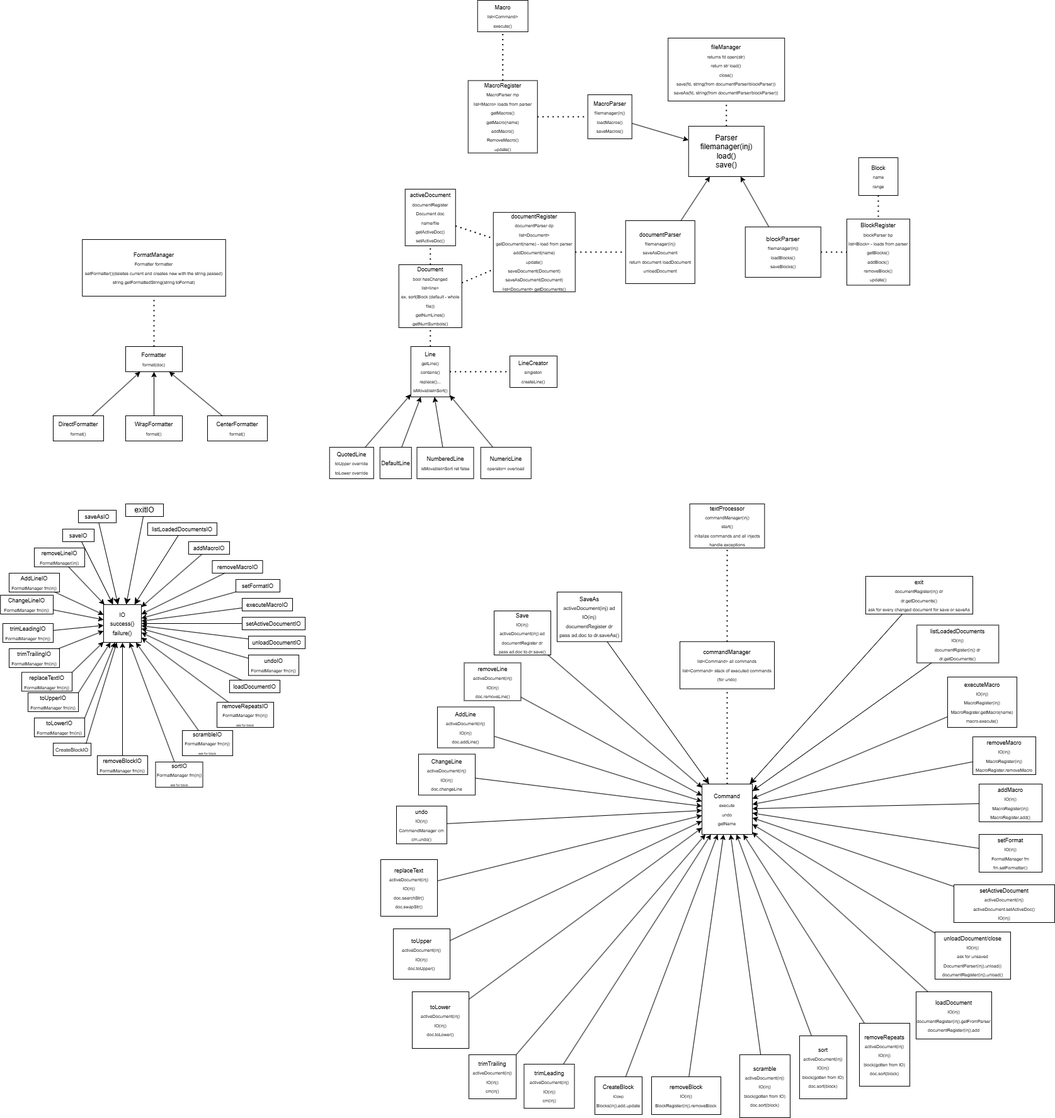
Earlier version of the draw.io export Documentation/classDiagram1.drawio.png (MartinKonov/textProcessor). Source tidied: cells renumbered, new cells last; positions are measured from the earlier drawing's top-left corner, leaving out a move shared by most shapes.
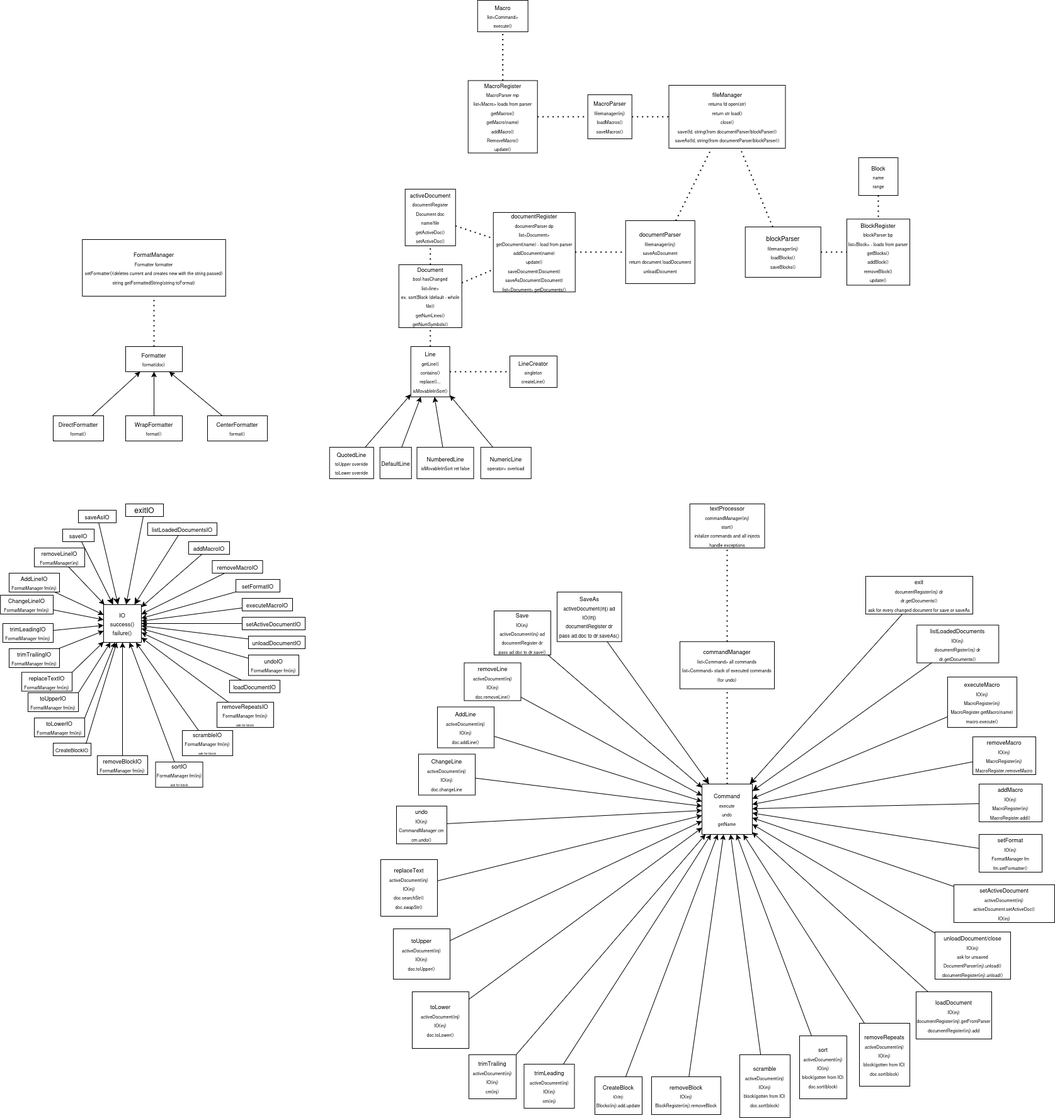
The same diagram one commit later.

What changed in the source:
```diff
@@ -159,7 +159,7 @@
       <mxGeometry relative="1" as="geometry" />
     </mxCell>
     <mxCell id="54" value="&lt;font style=&quot;font-size: 9px;&quot;&gt;fileManager&lt;/font&gt;&lt;div&gt;&lt;div&gt;&lt;font style=&quot;font-size: 7px;&quot;&gt;returns fd open(str)&lt;/font&gt;&lt;/div&gt;&lt;div&gt;&lt;font style=&quot;font-size: 7px;&quot;&gt;return str load()&lt;/font&gt;&lt;/div&gt;&lt;div&gt;&lt;font style=&quot;font-size: 7px;&quot;&gt;close()&lt;/font&gt;&lt;/div&gt;&lt;div&gt;&lt;font style=&quot;font-size: 7px;&quot;&gt;save(fd, string(from documentParser/blockParser))&lt;/font&gt;&lt;/div&gt;&lt;div&gt;&lt;font style=&quot;font-size: 7px;&quot;&gt;saveAs(fd,&amp;nbsp;&lt;span style=&quot;background-color: transparent; color: light-dark(rgb(0, 0, 0), rgb(255, 255, 255));&quot;&gt;string(from documentParser/blockParser)&lt;/span&gt;&lt;span style=&quot;background-color: transparent; color: light-dark(rgb(0, 0, 0), rgb(255, 255, 255));&quot;&gt;)&lt;/span&gt;&lt;/font&gt;&lt;/div&gt;&lt;/div&gt;" style="rounded=0;whiteSpace=wrap;html=1;" parent="1" vertex="1">
-      <mxGeometry x="1060.2" y="60" width="185" height="100" as="geometry" />
+      <mxGeometry x="1061.5" y="135" width="185" height="100" as="geometry" />
     </mxCell>
     <mxCell id="55" value="&lt;font style=&quot;font-size: 9px;&quot;&gt;documentParser&lt;/font&gt;&lt;div&gt;&lt;font style=&quot;font-size: 7px;&quot;&gt;filemanager(inj)&lt;/font&gt;&lt;/div&gt;&lt;div&gt;&lt;font style=&quot;font-size: 7px;&quot;&gt;saveAsDocument&lt;/font&gt;&lt;/div&gt;&lt;div&gt;&lt;font style=&quot;font-size: 7px;&quot;&gt;return document loadDocument&lt;/font&gt;&lt;/div&gt;&lt;div&gt;&lt;font style=&quot;font-size: 7px;&quot;&gt;unloadDocument&lt;/font&gt;&lt;/div&gt;" style="rounded=0;whiteSpace=wrap;html=1;" parent="1" vertex="1">
       <mxGeometry x="992.8" y="350" width="110" height="100" as="geometry" />
@@ -173,21 +173,9 @@
     <mxCell id="58" style="endArrow=classic;html=1;rounded=0;" parent="1" edge="1" source="48" target="2">
       <mxGeometry relative="1" as="geometry" />
     </mxCell>
-    <mxCell id="59" value="Parser&lt;div&gt;filemanager(inj)&lt;br&gt;&lt;div&gt;load()&lt;/div&gt;&lt;div&gt;save()&lt;/div&gt;&lt;/div&gt;" style="rounded=0;whiteSpace=wrap;html=1;" parent="1" vertex="1">
-      <mxGeometry x="1092.8" y="200" width="120" height="80" as="geometry" />
-    </mxCell>
-    <mxCell id="60" style="endArrow=classic;html=1;rounded=0;" parent="1" edge="1" source="55" target="59">
-      <mxGeometry relative="1" as="geometry" />
-    </mxCell>
-    <mxCell id="61" style="endArrow=classic;html=1;rounded=0;" parent="1" edge="1" source="30" target="59">
-      <mxGeometry relative="1" as="geometry" />
-    </mxCell>
     <mxCell id="62" style="endArrow=none;dashed=1;html=1;dashPattern=1 3;strokeWidth=2;rounded=0;" parent="1" edge="1" source="47" target="55">
       <mxGeometry relative="1" as="geometry" />
     </mxCell>
-    <mxCell id="63" style="endArrow=none;dashed=1;html=1;dashPattern=1 3;strokeWidth=2;rounded=0;" parent="1" edge="1" source="59" target="54">
-      <mxGeometry relative="1" as="geometry" />
-    </mxCell>
     <mxCell id="64" value="&lt;font style=&quot;font-size: 9px;&quot;&gt;Line&lt;/font&gt;&lt;div&gt;&lt;font style=&quot;font-size: 7px;&quot;&gt;getLine()&lt;/font&gt;&lt;/div&gt;&lt;div&gt;&lt;font style=&quot;font-size: 7px;&quot;&gt;contains()&lt;/font&gt;&lt;/div&gt;&lt;div&gt;&lt;font style=&quot;font-size: 7px;&quot;&gt;replace()...&lt;/font&gt;&lt;/div&gt;&lt;div&gt;&lt;font style=&quot;font-size: 7px;&quot;&gt;isMovableInSort()&lt;/font&gt;&lt;/div&gt;" style="rounded=0;whiteSpace=wrap;html=1;" parent="1" vertex="1">
       <mxGeometry x="651.8" y="550" width="61.9" height="80" as="geometry" />
     </mxCell>
@@ -284,9 +272,6 @@
     <mxCell id="95" value="&lt;font style=&quot;font-size: 9px;&quot;&gt;MacroParser&lt;/font&gt;&lt;div&gt;&lt;font style=&quot;&quot;&gt;&lt;font style=&quot;font-size: 7px;&quot;&gt;filemanager(inj)&lt;/font&gt;&lt;br&gt;&lt;/font&gt;&lt;div&gt;&lt;font style=&quot;font-size: 7px;&quot;&gt;loadMacros()&lt;/font&gt;&lt;/div&gt;&lt;div&gt;&lt;font style=&quot;font-size: 7px;&quot;&gt;saveMacros()&lt;/font&gt;&lt;/div&gt;&lt;/div&gt;" style="rounded=0;whiteSpace=wrap;html=1;" parent="1" vertex="1">
       <mxGeometry x="932.8" y="150" width="70" height="70" as="geometry" />
     </mxCell>
-    <mxCell id="96" style="endArrow=classic;html=1;rounded=0;" parent="1" edge="1" source="95" target="59">
-      <mxGeometry relative="1" as="geometry" />
-    </mxCell>
     <mxCell id="97" value="&lt;font style=&quot;font-size: 9px;&quot;&gt;MacroRegister&lt;/font&gt;&lt;div&gt;&lt;font style=&quot;font-size: 7px;&quot;&gt;MacroParser mp&lt;br&gt;&lt;/font&gt;&lt;div&gt;&lt;font style=&quot;font-size: 7px;&quot;&gt;list&amp;lt;Macro&amp;gt; loads from parser&lt;/font&gt;&lt;/div&gt;&lt;div&gt;&lt;font style=&quot;font-size: 7px;&quot;&gt;getMacros()&lt;/font&gt;&lt;/div&gt;&lt;/div&gt;&lt;div&gt;&lt;font style=&quot;font-size: 7px;&quot;&gt;getMacro(name)&lt;/font&gt;&lt;/div&gt;&lt;div&gt;&lt;font style=&quot;font-size: 7px;&quot;&gt;addMacro()&lt;/font&gt;&lt;/div&gt;&lt;div&gt;&lt;font style=&quot;font-size: 7px;&quot;&gt;RemoveMacro()&lt;/font&gt;&lt;/div&gt;&lt;div&gt;&lt;font style=&quot;font-size: 7px;&quot;&gt;update()&lt;/font&gt;&lt;/div&gt;" style="rounded=0;whiteSpace=wrap;html=1;" parent="1" vertex="1">
       <mxGeometry x="742.8" y="127.5" width="110" height="115" as="geometry" />
     </mxCell>
@@ -458,5 +443,14 @@
     <mxCell id="153" style="endArrow=none;dashed=1;html=1;dashPattern=1 3;strokeWidth=2;rounded=0;" parent="1" edge="1" source="64" target="152">
       <mxGeometry relative="1" as="geometry" />
     </mxCell>
+    <mxCell id="154" style="endArrow=none;dashed=1;html=1;dashPattern=1 3;strokeWidth=2;rounded=0;" parent="1" edge="1" source="95" target="54">
+      <mxGeometry relative="1" as="geometry" />
+    </mxCell>
+    <mxCell id="155" style="endArrow=none;dashed=1;html=1;dashPattern=1 3;strokeWidth=2;rounded=0;" parent="1" edge="1" source="55" target="54">
+      <mxGeometry relative="1" as="geometry" />
+    </mxCell>
+    <mxCell id="156" style="endArrow=none;dashed=1;html=1;dashPattern=1 3;strokeWidth=2;rounded=0;" parent="1" edge="1" source="30" target="54">
+      <mxGeometry relative="1" as="geometry" />
+    </mxCell>
   </root>
 </mxGraphModel>
```
